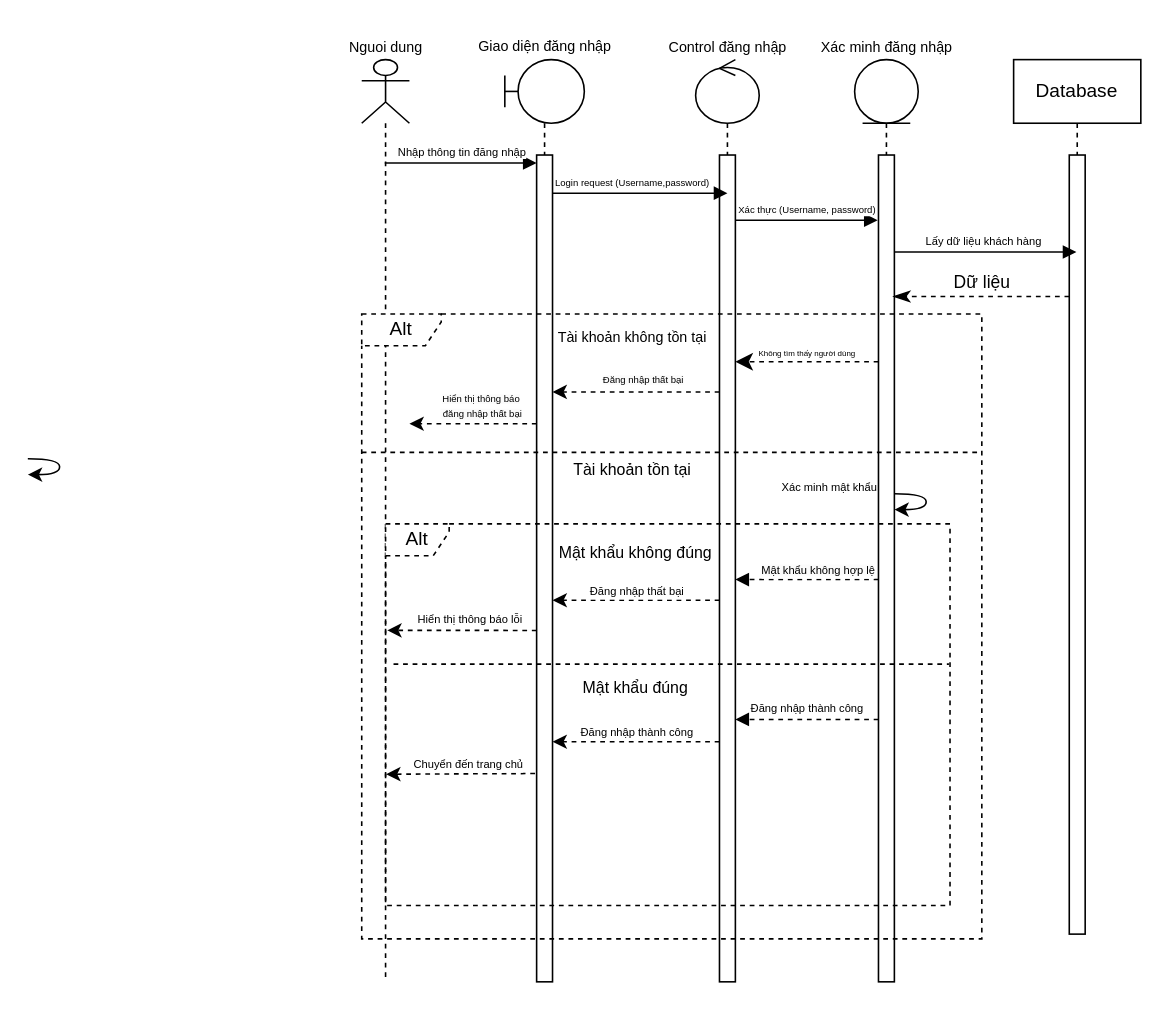
Earlier version of the draw.io diagram page "Trang-5" (6 of 7) of shitttt.drawio (Ly-Tien-Dat/doantt). Source tidied: cells renumbered, new cells numbered last; positions are measured from the earlier drawing's top-left corner, leaving out a move shared by most shapes. Both pictures are drawn from the tidied source at 159%, with x=0, y=0 at pixel (27, 27).
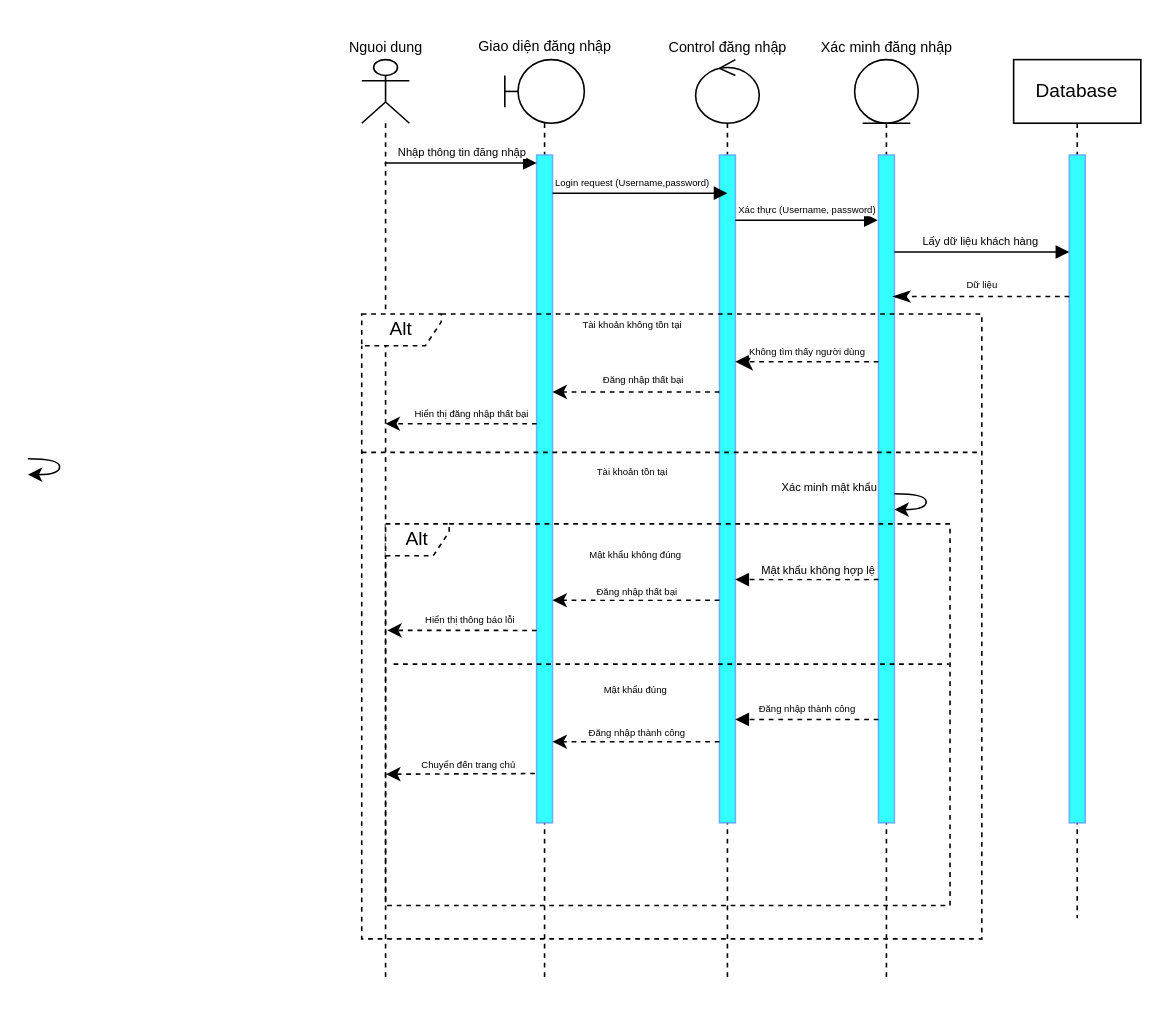
After the change.

Commit message:
Cập nhật shitttt.drawio

The change refers to these unchanged cells:
```xml
<mxCell id="3" style="shape=umlLifeline;perimeter=lifelinePerimeter;whiteSpace=wrap;html=1;newEdgeStyle={&quot;curved&quot;:0,&quot;rounded&quot;:0};participant=umlBoundary;size=40;" parent="1" vertex="1">
  <mxGeometry x="300" y="20" width="50" height="580" as="geometry" />
</mxCell>
<mxCell id="7" style="shape=umlLifeline;perimeter=lifelinePerimeter;whiteSpace=wrap;html=1;newEdgeStyle={&quot;curved&quot;:0,&quot;rounded&quot;:0};participant=umlEntity;" parent="1" vertex="1">
  <mxGeometry x="520" y="20" width="40" height="580" as="geometry" />
</mxCell>
<mxCell id="9" value="Database" style="shape=umlLifeline;perimeter=lifelinePerimeter;whiteSpace=wrap;html=1;newEdgeStyle={&quot;curved&quot;:0,&quot;rounded&quot;:0};" parent="1" vertex="1">
  <mxGeometry x="620" y="20" width="80" height="540" as="geometry" />
</mxCell>
<mxCell id="31" style="edgeStyle=orthogonalEdgeStyle;curved=0;rounded=0;orthogonalLoop=1;jettySize=auto;html=1;dashed=1;" parent="1" edge="1">
  <mxGeometry relative="1" as="geometry">
    <mxPoint x="435" y="360" as="sourcePoint" />
    <mxPoint x="330" y="360" as="targetPoint" />
  </mxGeometry>
</mxCell>
<mxCell id="35" style="rounded=0;jettySize=auto;html=1;dashed=1;entryX=0.003;entryY=0.279;entryDx=0;entryDy=0;entryPerimeter=0;" parent="1" edge="1" target="25">
  <mxGeometry relative="1" as="geometry">
    <mxPoint x="320" y="379" as="sourcePoint" />
  </mxGeometry>
</mxCell>
<mxCell id="40" style="edgeStyle=orthogonalEdgeStyle;curved=0;rounded=0;orthogonalLoop=1;jettySize=auto;html=1;dashed=1;" parent="1" edge="1">
  <mxGeometry relative="1" as="geometry">
    <mxPoint x="435" y="449" as="sourcePoint" />
    <mxPoint x="330" y="449" as="targetPoint" />
  </mxGeometry>
</mxCell>
<mxCell id="42" style="rounded=0;jettySize=auto;html=1;dashed=1;entryX=0.001;entryY=0.656;entryDx=0;entryDy=0;entryPerimeter=0;" parent="1" edge="1" target="25">
  <mxGeometry relative="1" as="geometry">
    <mxPoint x="319" y="469" as="sourcePoint" />
  </mxGeometry>
</mxCell>
```

The edit, as a diff of the source:
```diff
@@
-    <mxCell id="4" style="html=1;points=[[0,0,0,0,5],[0,1,0,0,-5],[1,0,0,0,5],[1,1,0,0,-5]];perimeter=orthogonalPerimeter;outlineConnect=0;targetShapes=umlLifeline;portConstraint=eastwest;newEdgeStyle={&quot;curved&quot;:0,&quot;rounded&quot;:0};" parent="3" vertex="1">
-      <mxGeometry x="20" y="60" width="10" height="520" as="geometry" />
+    <mxCell id="4" style="html=1;points=[[0,0,0,0,5],[0,1,0,0,-5],[1,0,0,0,5],[1,1,0,0,-5]];perimeter=orthogonalPerimeter;outlineConnect=0;targetShapes=umlLifeline;portConstraint=eastwest;newEdgeStyle={&quot;curved&quot;:0,&quot;rounded&quot;:0};fillColor=light-dark(#33FFFF,var(--ge-dark-color, #121212));strokeColor=light-dark(#66B2FF,#FFFFFF);" parent="3" vertex="1">
+      <mxGeometry x="20" y="60" width="10" height="420" as="geometry" />
     </mxCell>
-    <mxCell id="5" style="shape=umlLifeline;perimeter=lifelinePerimeter;whiteSpace=wrap;html=1;newEdgeStyle={&quot;curved&quot;:0,&quot;rounded&quot;:0};participant=umlControl;" parent="1" vertex="1">
+    <mxCell id="5" style="shape=umlLifeline;perimeter=lifelinePerimeter;whiteSpace=wrap;html=1;newEdgeStyle={&quot;curved&quot;:0,&quot;rounded&quot;:0};participant=umlControl;strokeColor=light-dark(#000000,#FFFFFF);" parent="1" vertex="1">
       <mxGeometry x="420" y="20" width="40" height="580" as="geometry" />
     </mxCell>
-    <mxCell id="6" style="html=1;perimeter=orthogonalPerimeter;targetShapes=umlLifeline;newEdgeStyle={&quot;curved&quot;:0,&quot;rounded&quot;:0};" parent="5" vertex="1">
-      <mxGeometry x="15" y="60" width="10" height="520" as="geometry" />
+    <mxCell id="6" style="html=1;perimeter=orthogonalPerimeter;targetShapes=umlLifeline;newEdgeStyle={&quot;curved&quot;:0,&quot;rounded&quot;:0};fillColor=light-dark(#33FFFF,var(--ge-dark-color, #121212));strokeColor=light-dark(#66B2FF,#FFFFFF);" parent="5" vertex="1">
+      <mxGeometry x="15" y="60" width="10" height="420" as="geometry" />
     </mxCell>
@@
-    <mxCell id="8" style="html=1;perimeter=orthogonalPerimeter;targetShapes=umlLifeline;newEdgeStyle={&quot;curved&quot;:0,&quot;rounded&quot;:0};" parent="7" vertex="1">
-      <mxGeometry x="15" y="60" width="10" height="520" as="geometry" />
+    <mxCell id="8" style="html=1;perimeter=orthogonalPerimeter;targetShapes=umlLifeline;newEdgeStyle={&quot;curved&quot;:0,&quot;rounded&quot;:0};strokeColor=light-dark(#66B2FF,#FFFFFF);fillColor=light-dark(#33FFFF,var(--ge-dark-color, #121212));" parent="7" vertex="1">
+      <mxGeometry x="15" y="60" width="10" height="420" as="geometry" />
     </mxCell>
@@
-    <mxCell id="10" style="html=1;points=[[0,0,0,0,5],[0,1,0,0,-5],[1,0,0,0,5],[1,1,0,0,-5]];perimeter=orthogonalPerimeter;outlineConnect=0;targetShapes=umlLifeline;portConstraint=eastwest;newEdgeStyle={&quot;curved&quot;:0,&quot;rounded&quot;:0};" parent="9" vertex="1">
-      <mxGeometry x="35" y="60" width="10" height="490" as="geometry" />
+    <mxCell id="10" style="html=1;points=[[0,0,0,0,5],[0,1,0,0,-5],[1,0,0,0,5],[1,1,0,0,-5]];perimeter=orthogonalPerimeter;outlineConnect=0;targetShapes=umlLifeline;portConstraint=eastwest;newEdgeStyle={&quot;curved&quot;:0,&quot;rounded&quot;:0};fillColor=light-dark(#33FFFF,var(--ge-dark-color, #121212));strokeColor=light-dark(#66B2FF,#FFFFFF);" parent="9" vertex="1">
+      <mxGeometry x="35" y="60" width="10" height="420" as="geometry" />
     </mxCell>
@@
-    <mxCell id="15" value="Lấy dữ liệu khách hàng&amp;nbsp;" style="html=1;verticalAlign=bottom;endArrow=block;curved=0;rounded=0;fontSize=7;" parent="1" edge="1">
+    <mxCell id="15" value="Lấy dữ liệu khách hàng&amp;nbsp;" style="html=1;verticalAlign=bottom;endArrow=block;curved=0;rounded=0;fontSize=7;" parent="1" edge="1" target="10">
       <mxGeometry relative="1" as="geometry">
         <mxPoint x="545" y="141" as="sourcePoint" />
-        <mxPoint x="659.5" y="141" as="targetPoint" />
       </mxGeometry>
     </mxCell>
-    <mxCell id="16" value="Dữ liệu" style="html=1;verticalAlign=bottom;endArrow=classicThin;dashed=1;endSize=8;curved=0;rounded=0;endFill=1;" parent="1" edge="1" source="10">
+    <mxCell id="16" value="&lt;font style=&quot;font-size: 6px;&quot;&gt;Dữ liệu&lt;/font&gt;" style="html=1;verticalAlign=bottom;endArrow=classicThin;dashed=1;endSize=8;curved=0;rounded=0;endFill=1;" parent="1" edge="1" source="10">
       <mxGeometry relative="1" as="geometry">
         <mxPoint x="544.1" y="169" as="targetPoint" />
       </mxGeometry>
     </mxCell>
@@
-    <mxCell id="19" value="Tài khoản không tồn tại" style="text;html=1;align=center;verticalAlign=middle;strokeColor=none;fillColor=none;fontSize=9;" parent="1" vertex="1">
-      <mxGeometry x="320" y="185" width="120" height="20" as="geometry" />
-    </mxCell>
-    <mxCell id="20" value="Không tìm thấy người dùng" style="html=1;verticalAlign=bottom;endArrow=classic;dashed=1;endSize=8;curved=0;rounded=0;fontSize=5;endFill=1;" parent="1" edge="1">
-      <mxGeometry relative="1" as="geometry">
+    <mxCell id="20" value="&lt;font style=&quot;font-size: 6px;&quot;&gt;Không tìm thấy người dùng&lt;/font&gt;" style="html=1;verticalAlign=bottom;endArrow=classic;dashed=1;endSize=8;curved=0;rounded=0;fontSize=5;endFill=1;strokeColor=light-dark(#000000,#FFFFFF);" parent="1" edge="1">
+      <mxGeometry x="0.01" relative="1" as="geometry">
         <mxPoint x="535" y="210" as="sourcePoint" />
         <mxPoint x="445" y="210" as="targetPoint" />
       </mxGeometry>
     </mxCell>
@@
-    <mxCell id="23" style="edgeStyle=orthogonalEdgeStyle;rounded=0;orthogonalLoop=1;jettySize=auto;html=1;curved=0;dashed=1;" parent="1" edge="1">
+    <mxCell id="23" style="rounded=0;orthogonalLoop=1;jettySize=auto;html=1;dashed=1;" parent="1" edge="1">
       <mxGeometry relative="1" as="geometry">
         <mxPoint x="320" y="249" as="sourcePoint" />
-        <mxPoint x="240" y="249" as="targetPoint" />
-        <Array as="points">
-          <mxPoint x="280" y="249" />
-          <mxPoint x="280" y="249" />
-        </Array>
+        <mxPoint x="225" y="249" as="targetPoint" />
       </mxGeometry>
     </mxCell>
-    <mxCell id="24" value="&lt;span style=&quot;font-size: 6px; background-color: rgb(251, 251, 251);&quot;&gt;Hiển thị thông báo&lt;/span&gt;&lt;div style=&quot;font-size: 6px; background-color: rgb(251, 251, 251);&quot;&gt;&amp;nbsp;đăng nhập thất bại&lt;/div&gt;" style="edgeLabel;html=1;align=center;verticalAlign=middle;" parent="23" vertex="1">
+    <mxCell id="24" value="&lt;font style=&quot;font-size: 6px;&quot;&gt;&lt;span style=&quot;background-color: rgb(251, 251, 251);&quot;&gt;Hiển thị đăng nhập thất bại&lt;/span&gt;&lt;/font&gt;" style="edgeLabel;html=1;align=center;verticalAlign=middle;" parent="23" vertex="1">
       <mxGeometry x="-0.11" relative="1" as="geometry">
-        <mxPoint y="-14" as="offset" />
+        <mxPoint y="-9" as="offset" />
       </mxGeometry>
     </mxCell>
@@
-    <mxCell id="26" value="Tài khoản tồn tại" style="text;html=1;align=center;verticalAlign=middle;strokeColor=none;fillColor=none;fontSize=10;" parent="1" vertex="1">
-      <mxGeometry x="330" y="263" width="100" height="30" as="geometry" />
+    <mxCell id="26" value="&lt;font style=&quot;font-size: 6px;&quot;&gt;Tài khoản tồn tại&lt;/font&gt;" style="text;html=1;align=center;verticalAlign=middle;strokeColor=none;fillColor=none;fontSize=10;" parent="1" vertex="1">
+      <mxGeometry x="345" y="263" width="70" height="30" as="geometry" />
     </mxCell>
@@
-    <mxCell id="30" value="Mật khẩu không đúng" style="text;html=1;align=center;verticalAlign=middle;strokeColor=none;fillColor=none;fontSize=10;" parent="1" vertex="1">
-      <mxGeometry x="322" y="315" width="120" height="30" as="geometry" />
+    <mxCell id="30" value="&lt;font style=&quot;font-size: 6px;&quot;&gt;Mật khẩu không đúng&lt;/font&gt;" style="text;html=1;align=center;verticalAlign=middle;strokeColor=none;fillColor=none;fontSize=10;" parent="1" vertex="1">
+      <mxGeometry x="342" y="315" width="80" height="30" as="geometry" />
     </mxCell>
@@
-    <mxCell id="32" value="Đăng nhập thất bại" style="edgeLabel;html=1;align=center;verticalAlign=middle;fontSize=7;" parent="31" vertex="1">
+    <mxCell id="32" value="&lt;font style=&quot;font-size: 6px;&quot;&gt;Đăng nhập thất bại&lt;/font&gt;" style="edgeLabel;html=1;align=center;verticalAlign=middle;fontSize=7;" parent="31" vertex="1">
       <mxGeometry x="0.01" relative="1" as="geometry">
         <mxPoint y="-6" as="offset" />
       </mxGeometry>
     </mxCell>
@@
-    <mxCell id="36" value="Hiển thị thông báo lỗi" style="edgeLabel;html=1;align=center;verticalAlign=middle;fontSize=7;" parent="35" vertex="1">
+    <mxCell id="36" value="&lt;font style=&quot;font-size: 6px;&quot;&gt;Hiển thị thông báo lỗi&lt;/font&gt;" style="edgeLabel;html=1;align=center;verticalAlign=middle;fontSize=7;" parent="35" vertex="1">
       <mxGeometry x="0.29" y="-3" relative="1" as="geometry">
         <mxPoint x="18" y="-3" as="offset" />
       </mxGeometry>
     </mxCell>
@@
-    <mxCell id="38" value="Mật khẩu đúng" style="text;html=1;align=center;verticalAlign=middle;strokeColor=none;fillColor=none;fontSize=10;" parent="1" vertex="1">
-      <mxGeometry x="337" y="400" width="90" height="30" as="geometry" />
+    <mxCell id="38" value="&lt;font style=&quot;font-size: 6px;&quot;&gt;Mật khẩu đúng&lt;/font&gt;" style="text;html=1;align=center;verticalAlign=middle;strokeColor=none;fillColor=none;fontSize=10;" parent="1" vertex="1">
+      <mxGeometry x="352" y="400" width="60" height="30" as="geometry" />
     </mxCell>
-    <mxCell id="39" value="Đăng nhập thành công" style="html=1;verticalAlign=bottom;endArrow=block;curved=0;rounded=0;fontSize=7;dashed=1;" parent="1" edge="1">
+    <mxCell id="39" value="&lt;font style=&quot;font-size: 6px;&quot;&gt;Đăng nhập thành công&lt;/font&gt;" style="html=1;verticalAlign=bottom;endArrow=block;curved=0;rounded=0;fontSize=7;dashed=1;" parent="1" edge="1">
       <mxGeometry relative="1" as="geometry">
         <mxPoint x="535" y="435" as="sourcePoint" />
         <mxPoint x="445" y="435" as="targetPoint" />
       </mxGeometry>
     </mxCell>
@@
-    <mxCell id="41" value="Đăng nhập thành công" style="edgeLabel;html=1;align=center;verticalAlign=middle;fontSize=7;" parent="40" vertex="1">
+    <mxCell id="41" value="&lt;font style=&quot;font-size: 6px;&quot;&gt;Đăng nhập thành công&lt;/font&gt;" style="edgeLabel;html=1;align=center;verticalAlign=middle;fontSize=7;" parent="40" vertex="1">
       <mxGeometry x="0.01" relative="1" as="geometry">
         <mxPoint y="-6" as="offset" />
       </mxGeometry>
     </mxCell>
@@
-    <mxCell id="43" value="Chuyển đến trang chủ" style="edgeLabel;html=1;align=center;verticalAlign=middle;fontSize=7;" parent="42" vertex="1">
+    <mxCell id="43" value="&lt;font style=&quot;font-size: 6px;&quot;&gt;Chuyển đến trang chủ&lt;/font&gt;" style="edgeLabel;html=1;align=center;verticalAlign=middle;fontSize=7;" parent="42" vertex="1">
       <mxGeometry x="0.29" y="-3" relative="1" as="geometry">
         <mxPoint x="18" y="-3" as="offset" />
       </mxGeometry>
     </mxCell>
@@
+    <mxCell id="19" value="&lt;font style=&quot;font-size: 6px;&quot;&gt;Tài khoản không tồn tại&lt;/font&gt;" style="text;html=1;align=center;verticalAlign=middle;strokeColor=none;fillColor=none;" parent="1" vertex="1">
+      <mxGeometry x="335" y="170" width="90" height="30" as="geometry" />
+    </mxCell>
```
